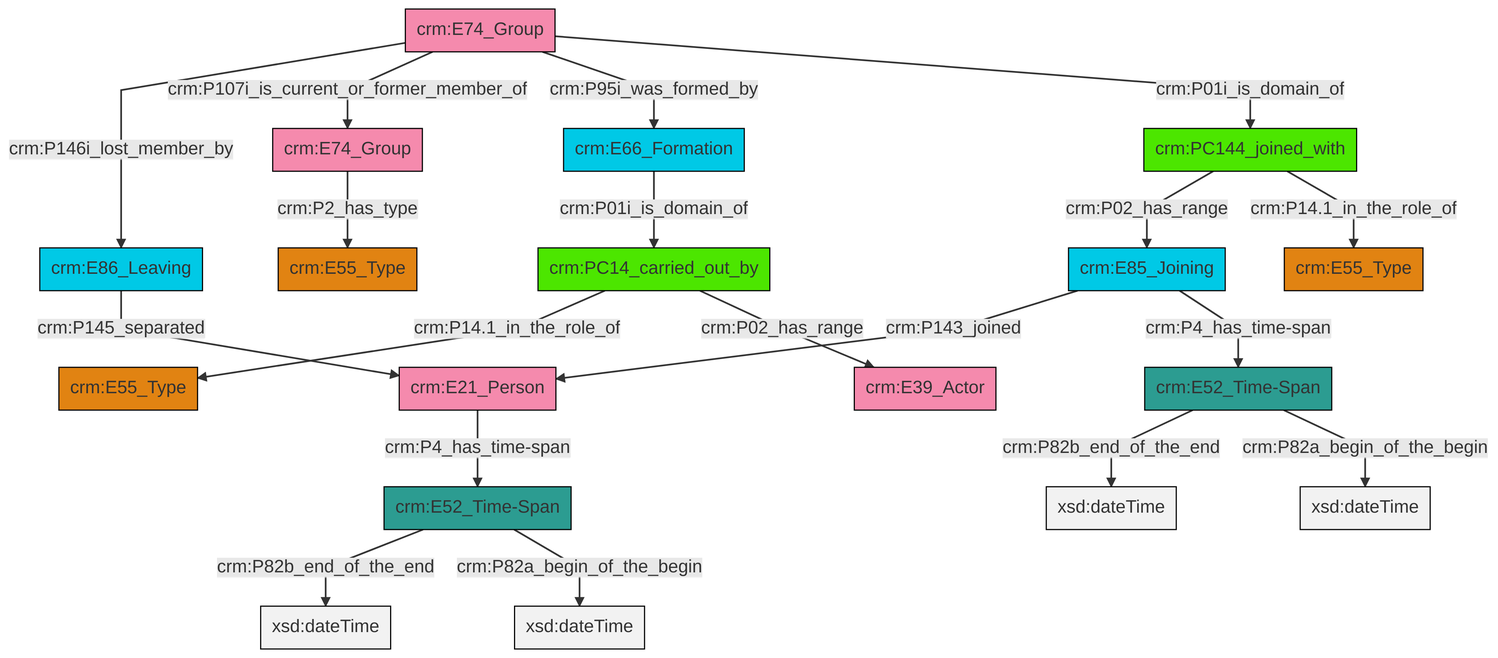
Before: et/groupCSV/ttl/mmd/png/group_actor_relations.png, a diagram exported from Mermaid (swiss-art-research-net/docs.swissartresearch). Its source is kept beside it as et/groupCSV/ttl/mmd/group_actor_relations.ttl.mmd. Source of this version:
```mermaid
graph TD
classDef Literal fill:#f2f2f2,stroke:#000000;
classDef CRM_Entity fill:#FFFFFF,stroke:#000000;
classDef Temporal_Entity fill:#00C9E6, stroke:#000000;
classDef Type fill:#E18312, stroke:#000000;
classDef Time-Span fill:#2C9C91, stroke:#000000;
classDef Appellation fill:#FFEB7F, stroke:#000000;
classDef Place fill:#008836, stroke:#000000;
classDef Persistent_Item fill:#B266B2, stroke:#000000;
classDef Conceptual_Object fill:#FFD700, stroke:#000000;
classDef Physical_Thing fill:#D2B48C, stroke:#000000;
classDef Actor fill:#f58aad, stroke:#000000;
classDef PC_Classes fill:#4ce600, stroke:#000000;
classDef Multi fill:#cccccc,stroke:#000000;

0["crm:PC144_joined_with"]:::PC_Classes -->|crm:P02_has_range| 1["crm:E85_Joining"]:::Temporal_Entity
1["crm:E85_Joining"]:::Temporal_Entity -->|crm:P143_joined| 2["crm:E21_Person"]:::Actor
3["crm:E74_Group"]:::Actor -->|crm:P2_has_type| 4["crm:E55_Type"]:::Type
6["crm:E52_Time-Span"]:::Time-Span -->|crm:P82b_end_of_the_end| 7[xsd:dateTime]:::Literal
0["crm:PC144_joined_with"]:::PC_Classes -->|crm:P14.1_in_the_role_of| 8["crm:E55_Type"]:::Type
9["crm:E52_Time-Span"]:::Time-Span -->|crm:P82b_end_of_the_end| 10[xsd:dateTime]:::Literal
12["crm:PC14_carried_out_by"]:::PC_Classes -->|crm:P14.1_in_the_role_of| 13["crm:E55_Type"]:::Type
14["crm:E74_Group"]:::Actor -->|crm:P146i_lost_member_by| 15["crm:E86_Leaving"]:::Temporal_Entity
14["crm:E74_Group"]:::Actor -->|crm:P107i_is_current_or_former_member_of| 3["crm:E74_Group"]:::Actor
14["crm:E74_Group"]:::Actor -->|crm:P95i_was_formed_by| 20["crm:E66_Formation"]:::Temporal_Entity
6["crm:E52_Time-Span"]:::Time-Span -->|crm:P82a_begin_of_the_begin| 23[xsd:dateTime]:::Literal
2["crm:E21_Person"]:::Actor -->|crm:P4_has_time-span| 9["crm:E52_Time-Span"]:::Time-Span
1["crm:E85_Joining"]:::Temporal_Entity -->|crm:P4_has_time-span| 6["crm:E52_Time-Span"]:::Time-Span
15["crm:E86_Leaving"]:::Temporal_Entity -->|crm:P145_separated| 2["crm:E21_Person"]:::Actor
9["crm:E52_Time-Span"]:::Time-Span -->|crm:P82a_begin_of_the_begin| 31[xsd:dateTime]:::Literal
20["crm:E66_Formation"]:::Temporal_Entity -->|crm:P01i_is_domain_of| 12["crm:PC14_carried_out_by"]:::PC_Classes
14["crm:E74_Group"]:::Actor -->|crm:P01i_is_domain_of| 0["crm:PC144_joined_with"]:::PC_Classes
12["crm:PC14_carried_out_by"]:::PC_Classes -->|crm:P02_has_range| 18["crm:E39_Actor"]:::Actor
```
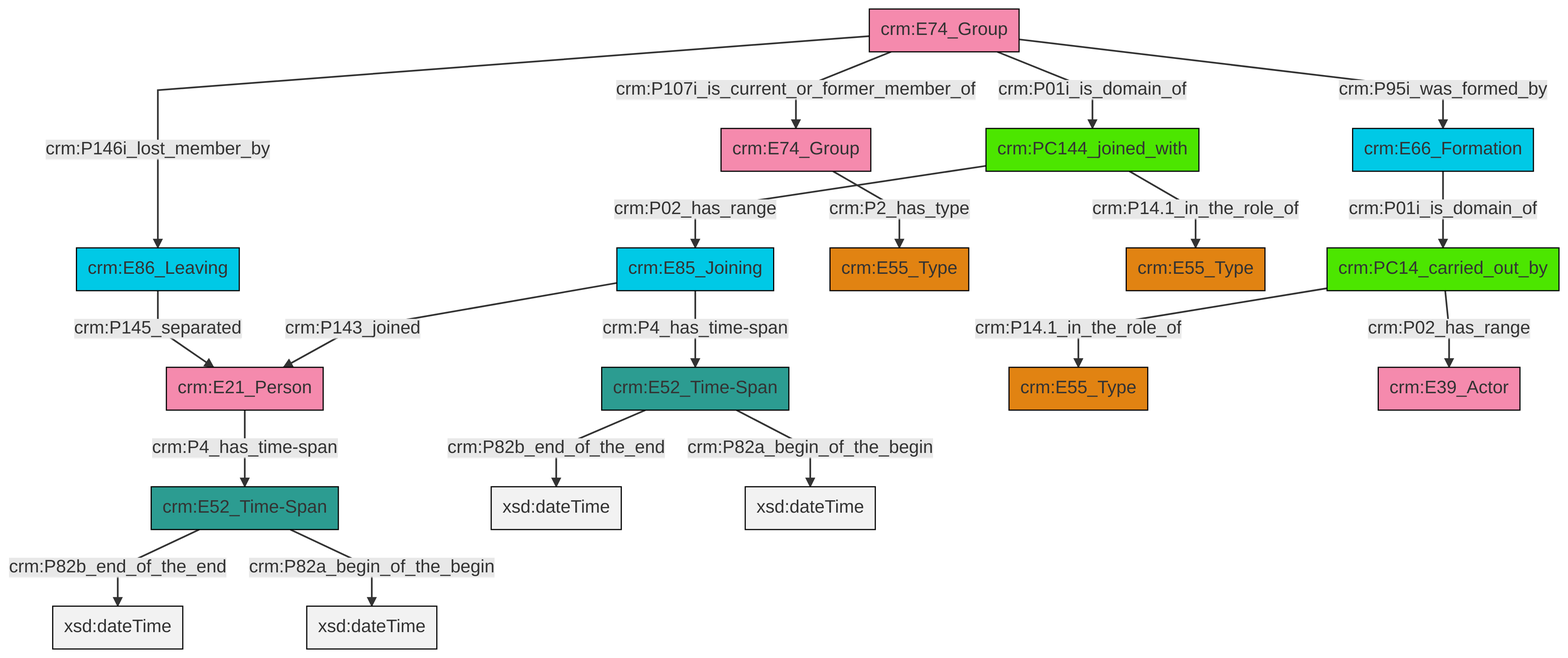
The same file after the commit.

What changed in the source:
```diff
@@ -13,21 +13,21 @@
 classDef PC_Classes fill:#4ce600, stroke:#000000;
 classDef Multi fill:#cccccc,stroke:#000000;
 
-0["crm:PC144_joined_with"]:::PC_Classes -->|crm:P02_has_range| 1["crm:E85_Joining"]:::Temporal_Entity
-1["crm:E85_Joining"]:::Temporal_Entity -->|crm:P143_joined| 2["crm:E21_Person"]:::Actor
-3["crm:E74_Group"]:::Actor -->|crm:P2_has_type| 4["crm:E55_Type"]:::Type
-6["crm:E52_Time-Span"]:::Time-Span -->|crm:P82b_end_of_the_end| 7[xsd:dateTime]:::Literal
-0["crm:PC144_joined_with"]:::PC_Classes -->|crm:P14.1_in_the_role_of| 8["crm:E55_Type"]:::Type
-9["crm:E52_Time-Span"]:::Time-Span -->|crm:P82b_end_of_the_end| 10[xsd:dateTime]:::Literal
-12["crm:PC14_carried_out_by"]:::PC_Classes -->|crm:P14.1_in_the_role_of| 13["crm:E55_Type"]:::Type
-14["crm:E74_Group"]:::Actor -->|crm:P146i_lost_member_by| 15["crm:E86_Leaving"]:::Temporal_Entity
-14["crm:E74_Group"]:::Actor -->|crm:P107i_is_current_or_former_member_of| 3["crm:E74_Group"]:::Actor
-14["crm:E74_Group"]:::Actor -->|crm:P95i_was_formed_by| 20["crm:E66_Formation"]:::Temporal_Entity
-6["crm:E52_Time-Span"]:::Time-Span -->|crm:P82a_begin_of_the_begin| 23[xsd:dateTime]:::Literal
-2["crm:E21_Person"]:::Actor -->|crm:P4_has_time-span| 9["crm:E52_Time-Span"]:::Time-Span
-1["crm:E85_Joining"]:::Temporal_Entity -->|crm:P4_has_time-span| 6["crm:E52_Time-Span"]:::Time-Span
-15["crm:E86_Leaving"]:::Temporal_Entity -->|crm:P145_separated| 2["crm:E21_Person"]:::Actor
-9["crm:E52_Time-Span"]:::Time-Span -->|crm:P82a_begin_of_the_begin| 31[xsd:dateTime]:::Literal
-20["crm:E66_Formation"]:::Temporal_Entity -->|crm:P01i_is_domain_of| 12["crm:PC14_carried_out_by"]:::PC_Classes
-14["crm:E74_Group"]:::Actor -->|crm:P01i_is_domain_of| 0["crm:PC144_joined_with"]:::PC_Classes
-12["crm:PC14_carried_out_by"]:::PC_Classes -->|crm:P02_has_range| 18["crm:E39_Actor"]:::Actor
+2["crm:E52_Time-Span"]:::Time-Span -->|crm:P82b_end_of_the_end| 3[xsd:dateTime]:::Literal
+4["crm:E86_Leaving"]:::Temporal_Entity -->|crm:P145_separated| 5["crm:E21_Person"]:::Actor
+8["crm:E66_Formation"]:::Temporal_Entity -->|crm:P01i_is_domain_of| 6["crm:PC14_carried_out_by"]:::PC_Classes
+2["crm:E52_Time-Span"]:::Time-Span -->|crm:P82a_begin_of_the_begin| 11[xsd:dateTime]:::Literal
+12["crm:E74_Group"]:::Actor -->|crm:P146i_lost_member_by| 4["crm:E86_Leaving"]:::Temporal_Entity
+13["crm:PC144_joined_with"]:::PC_Classes -->|crm:P14.1_in_the_role_of| 14["crm:E55_Type"]:::Type
+20["crm:E85_Joining"]:::Temporal_Entity -->|crm:P143_joined| 5["crm:E21_Person"]:::Actor
+5["crm:E21_Person"]:::Actor -->|crm:P4_has_time-span| 2["crm:E52_Time-Span"]:::Time-Span
+15["crm:E52_Time-Span"]:::Time-Span -->|crm:P82b_end_of_the_end| 26[xsd:dateTime]:::Literal
+12["crm:E74_Group"]:::Actor -->|crm:P95i_was_formed_by| 8["crm:E66_Formation"]:::Temporal_Entity
+6["crm:PC14_carried_out_by"]:::PC_Classes -->|crm:P02_has_range| 21["crm:E39_Actor"]:::Actor
+20["crm:E85_Joining"]:::Temporal_Entity -->|crm:P4_has_time-span| 15["crm:E52_Time-Span"]:::Time-Span
+15["crm:E52_Time-Span"]:::Time-Span -->|crm:P82a_begin_of_the_begin| 27[xsd:dateTime]:::Literal
+6["crm:PC14_carried_out_by"]:::PC_Classes -->|crm:P14.1_in_the_role_of| 18["crm:E55_Type"]:::Type
+12["crm:E74_Group"]:::Actor -->|crm:P107i_is_current_or_former_member_of| 0["crm:E74_Group"]:::Actor
+12["crm:E74_Group"]:::Actor -->|crm:P01i_is_domain_of| 13["crm:PC144_joined_with"]:::PC_Classes
+0["crm:E74_Group"]:::Actor -->|crm:P2_has_type| 9["crm:E55_Type"]:::Type
+13["crm:PC144_joined_with"]:::PC_Classes -->|crm:P02_has_range| 20["crm:E85_Joining"]:::Temporal_Entity
```
